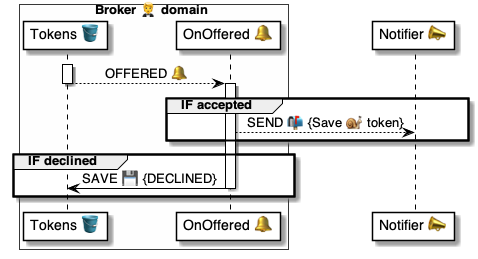
This is 4 ⚙️ Solution/20 🧑‍🦰 UI/Brokers 🤵/🤵🪣 Broker tables/Tokens 🎫 table/🪣🧱 13 Offered 🔔 event/🤵 OnTokenOffered ⚙️ uml.png from pollyweb-org/pollyweb-docs, a PlantUML export, as it was before one commit. Its source is kept beside it as 4 ⚙️ Solution/20 🧑‍🦰 UI/Brokers 🤵/🤵🪣 Broker tables/Tokens 🎫 table/🪣🧱 13 Offered 🔔 event/🤵 OnTokenOffered ⚙️ uml.puml.
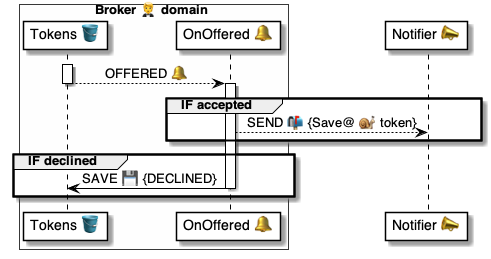
The same diagram one commit later.

Change to the diagram source:
```diff
@@ -12,7 +12,7 @@
 
 activate offered
     group IF accepted
-        offered --> notifier: SEND 📬 {Save 🐌 token}
+        offered --> notifier: SEND 📬 {Save@ 🐌 token}
     end group
     group IF declined
         offered -> tokens: SAVE 💾 {DECLINED}
```
